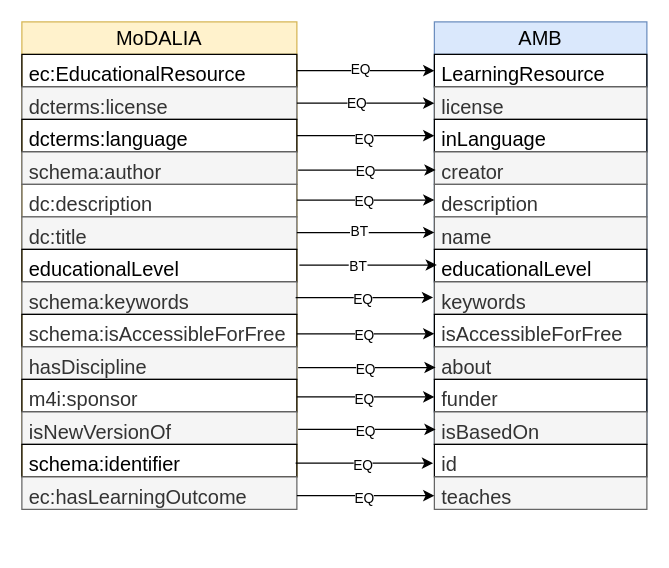
Earlier version of the draw.io diagram visualisations/crosswalk2AMB.drawio (data-literacy-alliance/dalia-ontology). Source tidied: cells renumbered, new cells numbered last; positions are measured from the earlier drawing's top-left corner, leaving out a move shared by most shapes. Both pictures are drawn from the tidied source at 125%, with x=0, y=0 at pixel (21, 21).
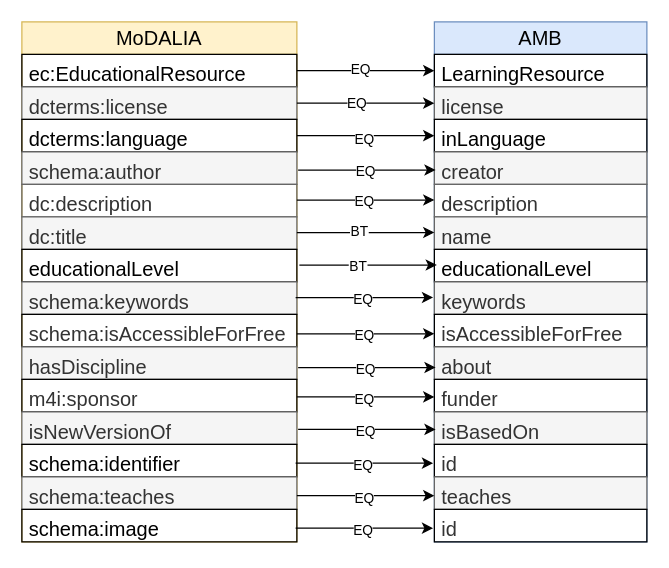
The same page after the edit.

What changed in the source:
```diff
@@
     <mxCell id="2" value="MoDALIA" style="swimlane;fontStyle=0;horizontal=1;startSize=26;fillColor=#fff2cc;whiteSpace=wrap;html=1;strokeColor=#d6b656;fontSize=16;" parent="1" vertex="1">
-      <mxGeometry width="220" height="364" as="geometry" />
+      <mxGeometry width="220" height="416" as="geometry" />
     </mxCell>
@@
+    <mxCell id="56" value="schema:teaches" style="text;align=left;verticalAlign=top;spacingLeft=4;spacingRight=4;overflow=hidden;whiteSpace=wrap;html=1;fontSize=16;strokeColor=#666666;fillColor=#f5f5f5;fontColor=#333333;" parent="2" vertex="1">
+      <mxGeometry y="364" width="220" height="26" as="geometry" />
+    </mxCell>
+    <mxCell id="60" value="schema:image" style="text;align=left;verticalAlign=top;spacingLeft=4;spacingRight=4;overflow=hidden;whiteSpace=wrap;html=1;fontSize=16;strokeColor=default;" parent="2" vertex="1">
+      <mxGeometry y="390" width="220" height="26" as="geometry" />
+    </mxCell>
     <mxCell id="16" value="AMB" style="swimlane;fontStyle=0;horizontal=1;startSize=26;fillColor=#dae8fc;whiteSpace=wrap;html=1;strokeColor=#6c8ebf;fontSize=16;" parent="1" vertex="1">
-      <mxGeometry x="330" width="170" height="338" as="geometry" />
+      <mxGeometry x="330" width="170" height="416" as="geometry" />
     </mxCell>
@@
+    <mxCell id="53" value="&lt;font color=&quot;#333333&quot;&gt;id&lt;/font&gt;" style="text;align=left;verticalAlign=top;spacingLeft=4;spacingRight=4;overflow=hidden;whiteSpace=wrap;html=1;fontSize=16;strokeColor=default;" parent="16" vertex="1">
+      <mxGeometry y="338" width="170" height="26" as="geometry" />
+    </mxCell>
+    <mxCell id="57" value="&lt;font color=&quot;#333333&quot;&gt;teaches&lt;/font&gt;" style="text;align=left;verticalAlign=top;spacingLeft=4;spacingRight=4;overflow=hidden;whiteSpace=wrap;html=1;fontSize=16;strokeColor=#666666;fillColor=#f5f5f5;fontColor=#333333;" parent="16" vertex="1">
+      <mxGeometry y="364" width="170" height="26" as="geometry" />
+    </mxCell>
+    <mxCell id="61" value="&lt;font color=&quot;#333333&quot;&gt;id&lt;/font&gt;" style="text;align=left;verticalAlign=top;spacingLeft=4;spacingRight=4;overflow=hidden;whiteSpace=wrap;html=1;fontSize=16;strokeColor=default;" parent="16" vertex="1">
+      <mxGeometry y="390" width="170" height="26" as="geometry" />
+    </mxCell>
@@
-    <mxCell id="53" value="&lt;font color=&quot;#333333&quot;&gt;id&lt;/font&gt;" style="text;align=left;verticalAlign=top;spacingLeft=4;spacingRight=4;overflow=hidden;whiteSpace=wrap;html=1;fontSize=16;strokeColor=default;" parent="1" vertex="1">
-      <mxGeometry x="330" y="338" width="170" height="26" as="geometry" />
-    </mxCell>
@@
-    <mxCell id="56" value="ec:hasLearningOutcome" style="text;align=left;verticalAlign=top;spacingLeft=4;spacingRight=4;overflow=hidden;whiteSpace=wrap;html=1;fontSize=16;strokeColor=#666666;fillColor=#f5f5f5;fontColor=#333333;" parent="1" vertex="1">
-      <mxGeometry y="364" width="220" height="26" as="geometry" />
-    </mxCell>
-    <mxCell id="57" value="&lt;font color=&quot;#333333&quot;&gt;teaches&lt;/font&gt;" style="text;align=left;verticalAlign=top;spacingLeft=4;spacingRight=4;overflow=hidden;whiteSpace=wrap;html=1;fontSize=16;strokeColor=#666666;fillColor=#f5f5f5;fontColor=#333333;" parent="1" vertex="1">
-      <mxGeometry x="330" y="364" width="170" height="26" as="geometry" />
-    </mxCell>
@@
+    <mxCell id="62" style="edgeStyle=orthogonalEdgeStyle;rounded=0;orthogonalLoop=1;jettySize=auto;html=1;exitX=1;exitY=0.5;exitDx=0;exitDy=0;entryX=0;entryY=0.5;entryDx=0;entryDy=0;fontSize=16;" parent="1" edge="1">
+      <mxGeometry relative="1" as="geometry">
+        <mxPoint x="219" y="405" as="sourcePoint" />
+        <mxPoint x="329" y="405" as="targetPoint" />
+      </mxGeometry>
+    </mxCell>
+    <mxCell id="63" value="EQ" style="edgeLabel;html=1;align=center;verticalAlign=middle;" parent="62" vertex="1">
+      <mxGeometry x="-0.04" relative="1" as="geometry">
+        <mxPoint y="1" as="offset" />
+      </mxGeometry>
+    </mxCell>
```
